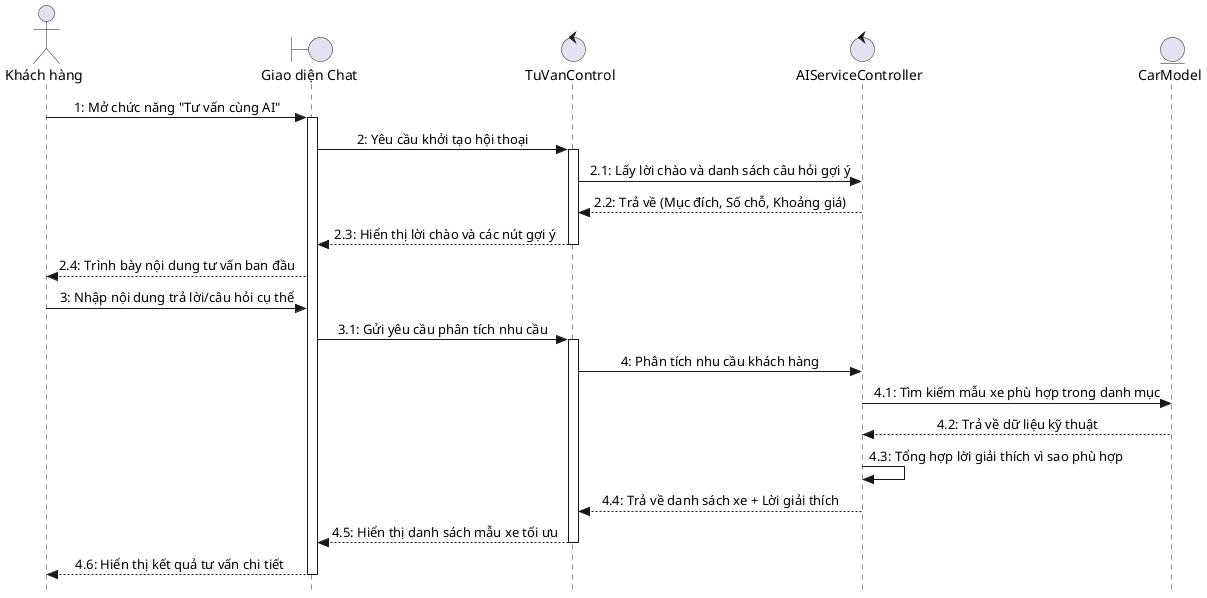
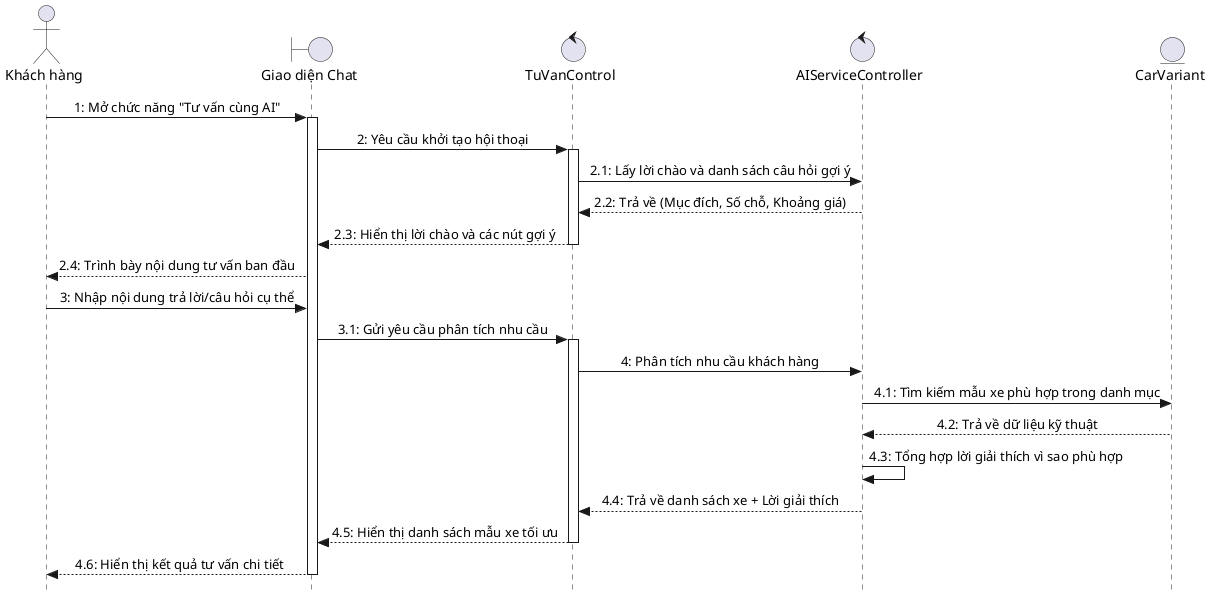
@startuml
skinparam Style strictuml

skinparam sequenceMessageAlign center

actor "Khách hàng" as KH
boundary "Giao diện Chat" as UI
control "TuVanControl" as Ctrl
control "AIServiceController" as AI
- entity "CarModel" as ENT
+ entity "CarVariant" as ENT

' Bước 1: Mở chức năng
KH -> UI: 1: Mở chức năng "Tư vấn cùng AI"
activate UI

' Bước 2: AI gửi lời chào và câu hỏi gợi ý
UI -> Ctrl: 2: Yêu cầu khởi tạo hội thoại
activate Ctrl
Ctrl -> AI: 2.1: Lấy lời chào và danh sách câu hỏi gợi ý
AI --> Ctrl: 2.2: Trả về (Mục đích, Số chỗ, Khoảng giá)
Ctrl --> UI: 2.3: Hiển thị lời chào và các nút gợi ý
deactivate Ctrl
UI --> KH: 2.4: Trình bày nội dung tư vấn ban đầu

' Bước 3: Khách hàng nhập câu trả lời
KH -> UI: 3: Nhập nội dung trả lời/câu hỏi cụ thể
UI -> Ctrl: 3.1: Gửi yêu cầu phân tích nhu cầu
activate Ctrl

' Bước 4: Hệ thống phân tích và đưa ra kết quả
Ctrl -> AI: 4: Phân tích nhu cầu khách hàng
AI -> ENT: 4.1: Tìm kiếm mẫu xe phù hợp trong danh mục
ENT --> AI: 4.2: Trả về dữ liệu kỹ thuật
AI -> AI: 4.3: Tổng hợp lời giải thích vì sao phù hợp
AI --> Ctrl: 4.4: Trả về danh sách xe + Lời giải thích
Ctrl --> UI: 4.5: Hiển thị danh sách mẫu xe tối ưu
deactivate Ctrl
UI --> KH: 4.6: Hiển thị kết quả tư vấn chi tiết
deactivate UI

@enduml